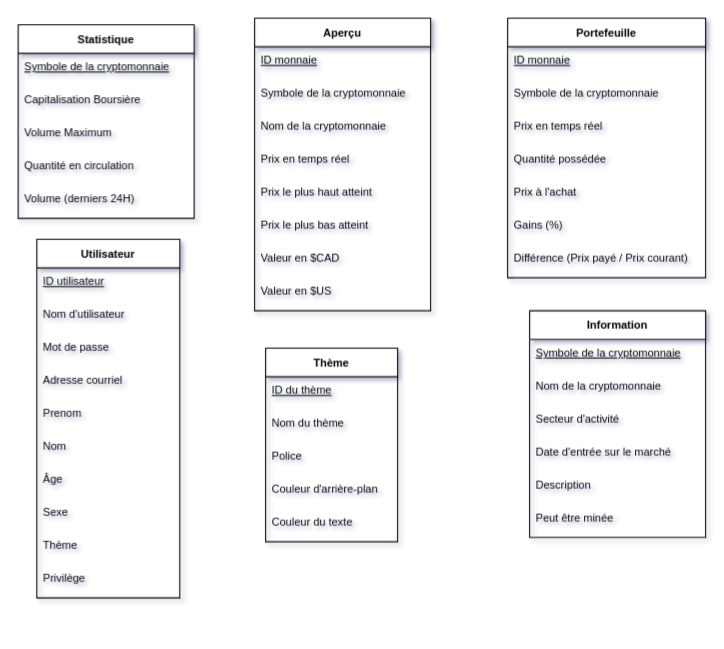
Earlier version of the draw.io diagram Untitled Diagram.drawio (matreurai/GLO-2005). Source tidied: cells renumbered, new cells numbered last; positions are measured from the earlier drawing's top-left corner, leaving out a move shared by most shapes. Both pictures are drawn from the tidied source at 110%, with x=0, y=0 at pixel (18, 18).
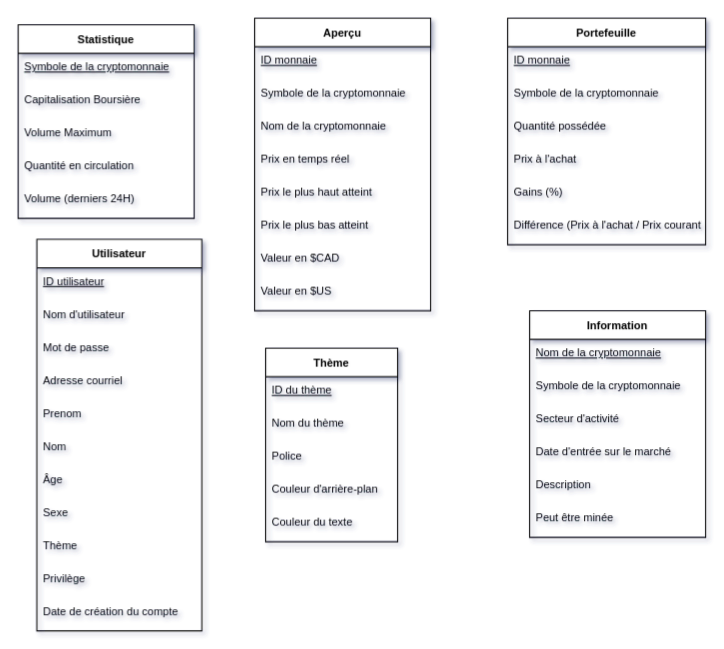
The same page after the edit.

The change refers to these unchanged cells:
```xml
<mxCell id="36" value="Information" style="swimlane;fontStyle=1;horizontal=1;startSize=26;align=center;fontSize=10;" parent="1" vertex="1">
  <mxGeometry x="465" y="266" width="160" height="206" as="geometry" />
</mxCell>
```

The edit, as a diff of the source:
```diff
@@
     <mxCell id="17" value="Portefeuille" style="swimlane;fontStyle=1;horizontal=1;startSize=26;align=center;fontSize=10;" parent="1" vertex="1">
-      <mxGeometry x="445" width="180" height="236" as="geometry" />
+      <mxGeometry x="445" width="180" height="206" as="geometry" />
     </mxCell>
@@
-    <mxCell id="20" value="Prix en temps réel" style="text;strokeColor=none;fillColor=none;spacingLeft=4;spacingRight=4;overflow=hidden;fontSize=10;" parent="17" vertex="1">
-      <mxGeometry y="86" width="180" height="30" as="geometry" />
-    </mxCell>
     <mxCell id="21" value="Quantité possédée" style="text;strokeColor=none;fillColor=none;spacingLeft=4;spacingRight=4;overflow=hidden;fontSize=10;" parent="17" vertex="1">
-      <mxGeometry y="116" width="180" height="30" as="geometry" />
+      <mxGeometry y="86" width="180" height="30" as="geometry" />
     </mxCell>
     <mxCell id="22" value="Prix à l'achat" style="text;strokeColor=none;fillColor=none;spacingLeft=4;spacingRight=4;overflow=hidden;fontSize=10;" parent="17" vertex="1">
-      <mxGeometry y="146" width="180" height="30" as="geometry" />
+      <mxGeometry y="116" width="180" height="30" as="geometry" />
     </mxCell>
     <mxCell id="23" value="Gains (%)" style="text;strokeColor=none;fillColor=none;spacingLeft=4;spacingRight=4;overflow=hidden;fontSize=10;" parent="17" vertex="1">
-      <mxGeometry y="176" width="180" height="30" as="geometry" />
+      <mxGeometry y="146" width="180" height="30" as="geometry" />
     </mxCell>
-    <mxCell id="24" value="Différence (Prix payé / Prix courant)" style="text;strokeColor=none;fillColor=none;spacingLeft=4;spacingRight=4;overflow=hidden;fontSize=10;" parent="17" vertex="1">
-      <mxGeometry y="206" width="180" height="30" as="geometry" />
+    <mxCell id="24" value="Différence (Prix à l'achat / Prix courant)" style="text;strokeColor=none;fillColor=none;spacingLeft=4;spacingRight=4;overflow=hidden;fontSize=10;" parent="17" vertex="1">
+      <mxGeometry y="176" width="180" height="30" as="geometry" />
     </mxCell>
     <mxCell id="25" value="Utilisateur" style="swimlane;fontStyle=1;horizontal=1;startSize=26;align=center;fontSize=10;" parent="1" vertex="1">
-      <mxGeometry x="17" y="201" width="130" height="326" as="geometry" />
+      <mxGeometry x="17" y="201" width="150" height="356" as="geometry" />
     </mxCell>
     <mxCell id="26" value="ID utilisateur" style="text;strokeColor=none;fillColor=none;spacingLeft=4;spacingRight=4;overflow=hidden;fontSize=10;fontStyle=4;" parent="25" vertex="1">
-      <mxGeometry y="26" width="130" height="30" as="geometry" />
+      <mxGeometry y="26" width="150" height="30" as="geometry" />
     </mxCell>
     <mxCell id="27" value="Nom d'utilisateur" style="text;strokeColor=none;fillColor=none;spacingLeft=4;spacingRight=4;overflow=hidden;fontSize=10;" parent="25" vertex="1">
-      <mxGeometry y="56" width="130" height="30" as="geometry" />
+      <mxGeometry y="56" width="150" height="30" as="geometry" />
     </mxCell>
     <mxCell id="28" value="Mot de passe" style="text;strokeColor=none;fillColor=none;spacingLeft=4;spacingRight=4;overflow=hidden;fontSize=10;" parent="25" vertex="1">
-      <mxGeometry y="86" width="130" height="30" as="geometry" />
+      <mxGeometry y="86" width="150" height="30" as="geometry" />
     </mxCell>
     <mxCell id="29" value="Adresse courriel" style="text;strokeColor=none;fillColor=none;spacingLeft=4;spacingRight=4;overflow=hidden;fontSize=10;" parent="25" vertex="1">
-      <mxGeometry y="116" width="130" height="30" as="geometry" />
+      <mxGeometry y="116" width="150" height="30" as="geometry" />
     </mxCell>
     <mxCell id="30" value="Prenom" style="text;strokeColor=none;fillColor=none;spacingLeft=4;spacingRight=4;overflow=hidden;fontSize=10;" parent="25" vertex="1">
-      <mxGeometry y="146" width="130" height="30" as="geometry" />
+      <mxGeometry y="146" width="150" height="30" as="geometry" />
     </mxCell>
     <mxCell id="31" value="Nom" style="text;strokeColor=none;fillColor=none;spacingLeft=4;spacingRight=4;overflow=hidden;fontSize=10;" parent="25" vertex="1">
-      <mxGeometry y="176" width="130" height="30" as="geometry" />
+      <mxGeometry y="176" width="150" height="30" as="geometry" />
     </mxCell>
     <mxCell id="32" value="Âge" style="text;strokeColor=none;fillColor=none;spacingLeft=4;spacingRight=4;overflow=hidden;fontSize=10;" parent="25" vertex="1">
-      <mxGeometry y="206" width="130" height="30" as="geometry" />
+      <mxGeometry y="206" width="150" height="30" as="geometry" />
     </mxCell>
     <mxCell id="33" value="Sexe" style="text;strokeColor=none;fillColor=none;spacingLeft=4;spacingRight=4;overflow=hidden;fontSize=10;" parent="25" vertex="1">
-      <mxGeometry y="236" width="130" height="30" as="geometry" />
+      <mxGeometry y="236" width="150" height="30" as="geometry" />
     </mxCell>
     <mxCell id="34" value="Thème" style="text;strokeColor=none;fillColor=none;spacingLeft=4;spacingRight=4;overflow=hidden;fontSize=10;" parent="25" vertex="1">
-      <mxGeometry y="266" width="130" height="30" as="geometry" />
+      <mxGeometry y="266" width="150" height="30" as="geometry" />
     </mxCell>
     <mxCell id="35" value="Privilège" style="text;strokeColor=none;fillColor=none;spacingLeft=4;spacingRight=4;overflow=hidden;fontSize=10;" parent="25" vertex="1">
-      <mxGeometry y="296" width="130" height="30" as="geometry" />
+      <mxGeometry y="296" width="150" height="30" as="geometry" />
     </mxCell>
+    <mxCell id="49" value="Date de création du compte" style="text;strokeColor=none;fillColor=none;spacingLeft=4;spacingRight=4;overflow=hidden;fontSize=10;" parent="25" vertex="1">
+      <mxGeometry y="326" width="150" height="30" as="geometry" />
+    </mxCell>
@@
+    <mxCell id="38" value="Nom de la cryptomonnaie" style="text;strokeColor=none;fillColor=none;spacingLeft=4;spacingRight=4;overflow=hidden;fontSize=10;fontStyle=4;" parent="36" vertex="1">
+      <mxGeometry y="26" width="160" height="30" as="geometry" />
+    </mxCell>
-    <mxCell id="37" value="Symbole de la cryptomonnaie" style="text;strokeColor=none;fillColor=none;spacingLeft=4;spacingRight=4;overflow=hidden;fontSize=10;fontStyle=4;" parent="36" vertex="1">
-      <mxGeometry y="26" width="160" height="30" as="geometry" />
+    <mxCell id="37" value="Symbole de la cryptomonnaie" style="text;strokeColor=none;fillColor=none;spacingLeft=4;spacingRight=4;overflow=hidden;fontSize=10;fontStyle=0;" parent="36" vertex="1">
+      <mxGeometry y="56" width="160" height="30" as="geometry" />
     </mxCell>
-    <mxCell id="38" value="Nom de la cryptomonnaie" style="text;strokeColor=none;fillColor=none;spacingLeft=4;spacingRight=4;overflow=hidden;fontSize=10;" parent="36" vertex="1">
-      <mxGeometry y="56" width="160" height="30" as="geometry" />
-    </mxCell>
```
